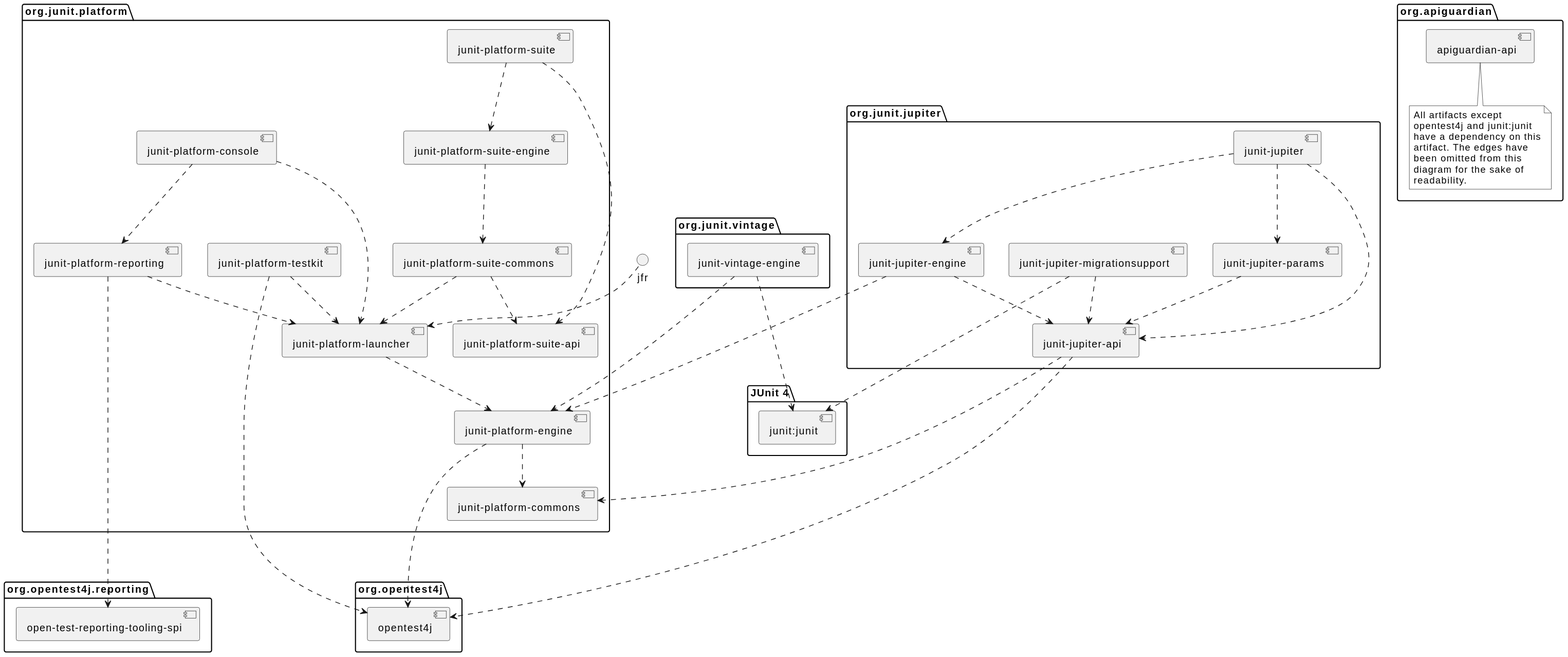
junit-team/docs.junit.org keeps this PlantUML diagram as snapshot/user-guide/images/component-diagram.svg. Above is the earlier version.
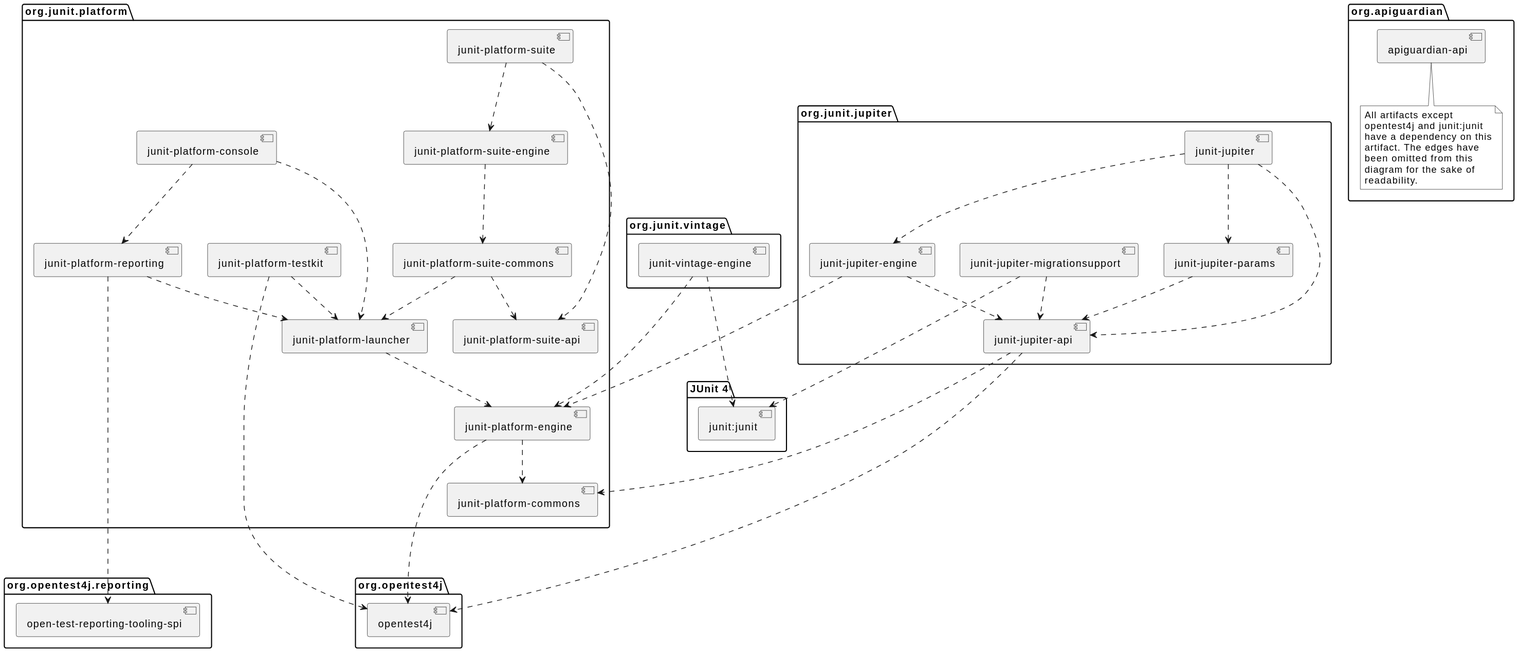
The same diagram one commit later.

Commit message:
Generated by gradle-git-publish.

Change to the diagram source:
```diff
@@ -72,8 +72,6 @@
 
 launcher ..> engine
 
-jfr ..> launcher
-
 engine ....> opentest4j
 engine ..> commons
 
```
